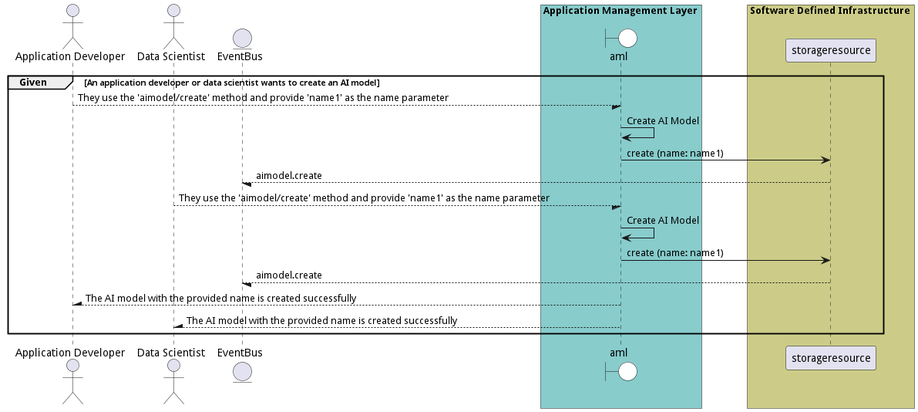
madajaju/edgemere keeps this PlantUML diagram as docs/edgemere/aml/usecases/ManageAIModels/CreateAIModel.png. Above is the earlier version.
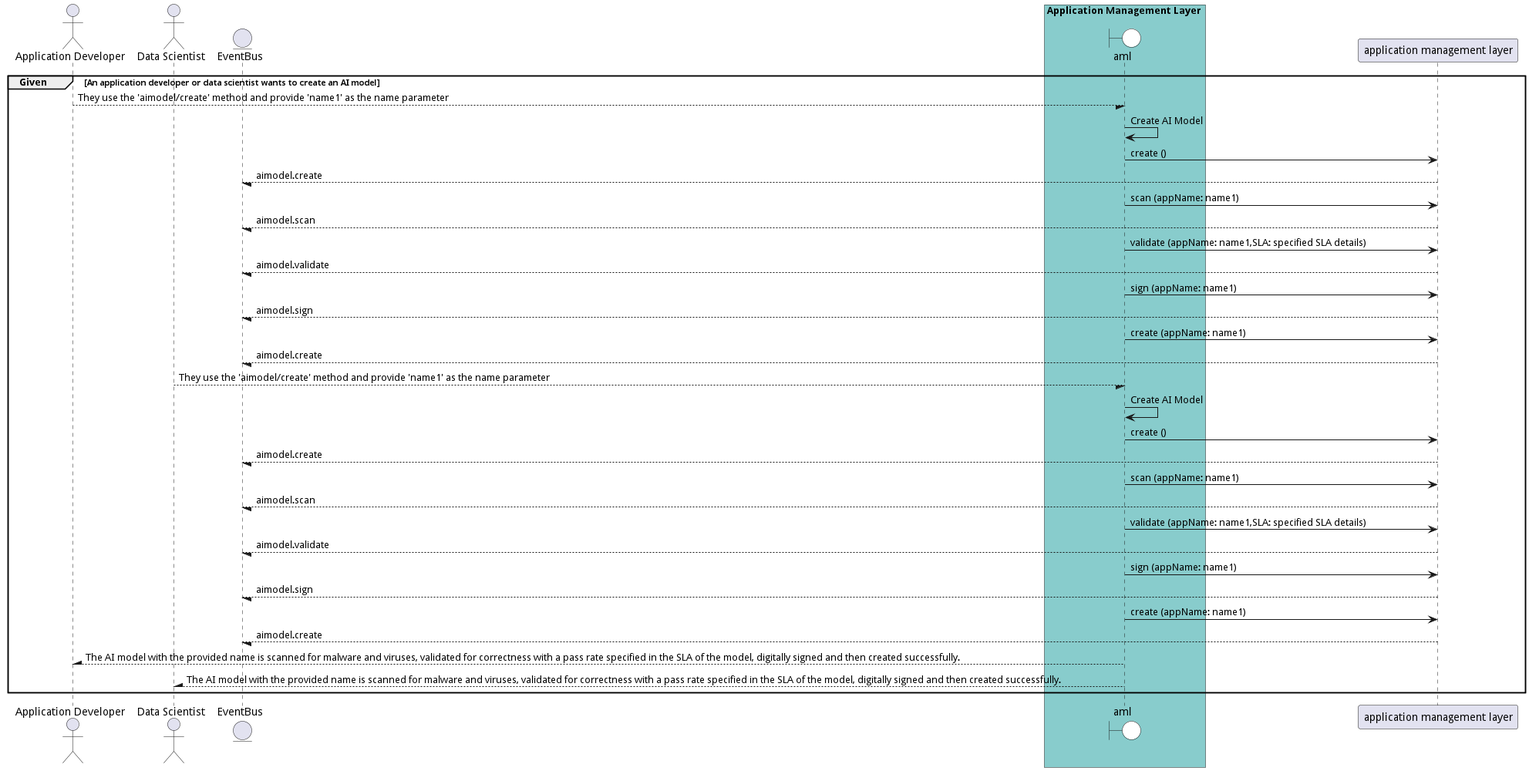
The same file after the commit.

The edit, as a diff of the source:
```diff
@@ -13,8 +13,7 @@
 end box
 
 
-box Software Defined Infrastructure #cccc88
-            participant storageresource
+box Application Management Layer #88cccc
     end box
 
 group Given [An application developer or data scientist wants to create an AI model]
@@ -22,23 +21,55 @@
 "Application Developer" --/ aml: They use the &#39;aimodel/create&#39; method and provide &#39;name1&#39; as the name parameter
 "aml" -> aml: Create AI Model
 
-    aml -> "storageresource": create (name: name1)
+    aml -> "application management layer": create ()
 
-    "storageresource" --/ EventBus: aimodel.create
+    "application management layer" --/ EventBus: aimodel.create
+
+    aml -> "application management layer": scan (appName: name1)
+
+    "application management layer" --/ EventBus: aimodel.scan
+
+    aml -> "application management layer": validate (appName: name1,SLA: specified SLA details)
+
+    "application management layer" --/ EventBus: aimodel.validate
+
+    aml -> "application management layer": sign (appName: name1)
+
+    "application management layer" --/ EventBus: aimodel.sign
+
+    aml -> "application management layer": create (appName: name1)
+
+    "application management layer" --/ EventBus: aimodel.create
 
 
 "Data Scientist" --/ aml: They use the &#39;aimodel/create&#39; method and provide &#39;name1&#39; as the name parameter
 "aml" -> aml: Create AI Model
 
-    aml -> "storageresource": create (name: name1)
+    aml -> "application management layer": create ()
 
-    "storageresource" --/ EventBus: aimodel.create
+    "application management layer" --/ EventBus: aimodel.create
+
+    aml -> "application management layer": scan (appName: name1)
+
+    "application management layer" --/ EventBus: aimodel.scan
+
+    aml -> "application management layer": validate (appName: name1,SLA: specified SLA details)
+
+    "application management layer" --/ EventBus: aimodel.validate
+
+    aml -> "application management layer": sign (appName: name1)
+
+    "application management layer" --/ EventBus: aimodel.sign
+
+    aml -> "application management layer": create (appName: name1)
+
+    "application management layer" --/ EventBus: aimodel.create
 
 
 
-"Application Developer" /-- aml: The AI model with the provided name is created successfully
+"Application Developer" /-- aml: The AI model with the provided name is scanned for malware and viruses, validated for correctness with a pass rate specified in the SLA of the model, digitally signed and then created successfully.
 
-"Data Scientist" /-- aml: The AI model with the provided name is created successfully
+"Data Scientist" /-- aml: The AI model with the provided name is scanned for malware and viruses, validated for correctness with a pass rate specified in the SLA of the model, digitally signed and then created successfully.
 
 
 end
```
